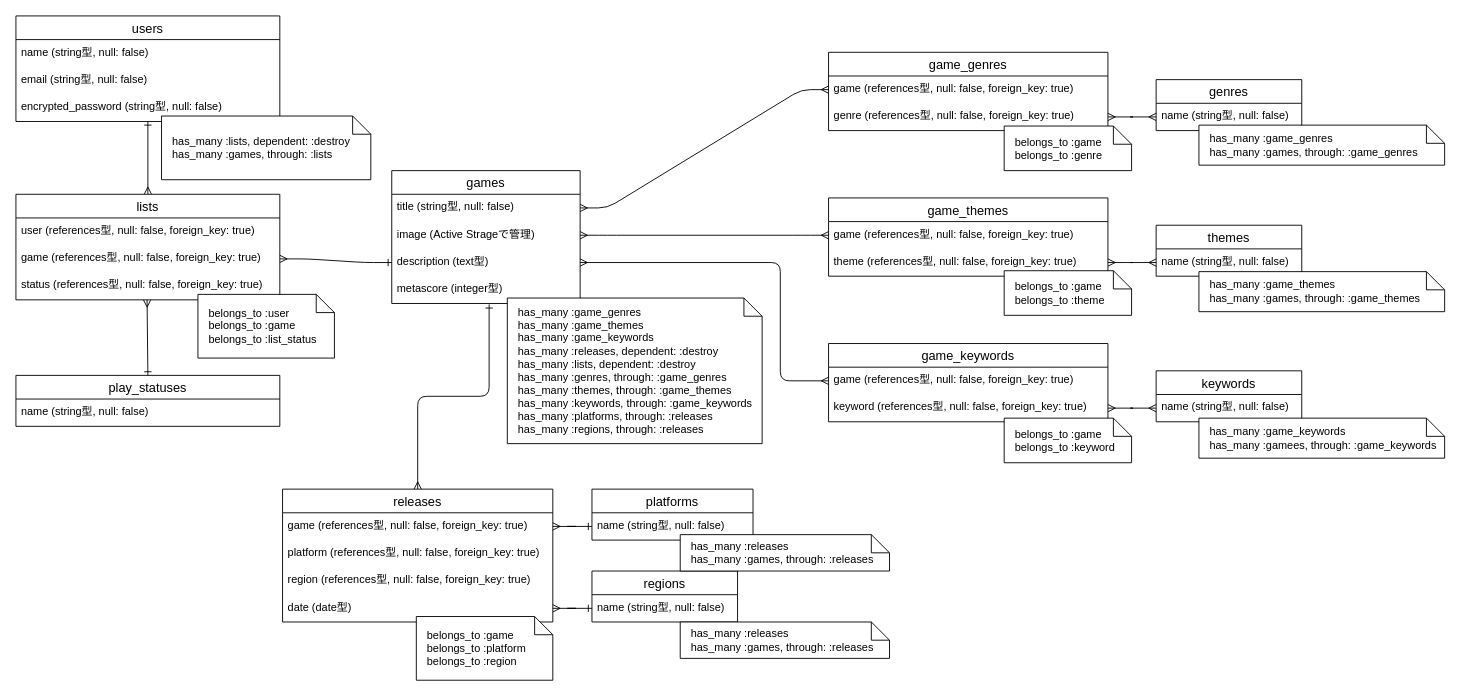
Before: erd.dio in nobmurakami/my-game-db, a draw.io diagram. Source tidied: cells renumbered, new cells numbered last; positions are measured from the earlier drawing's top-left corner, leaving out a move shared by most shapes. Both pictures are drawn from the tidied source at 91%, with x=0, y=0 at pixel (15, 15).
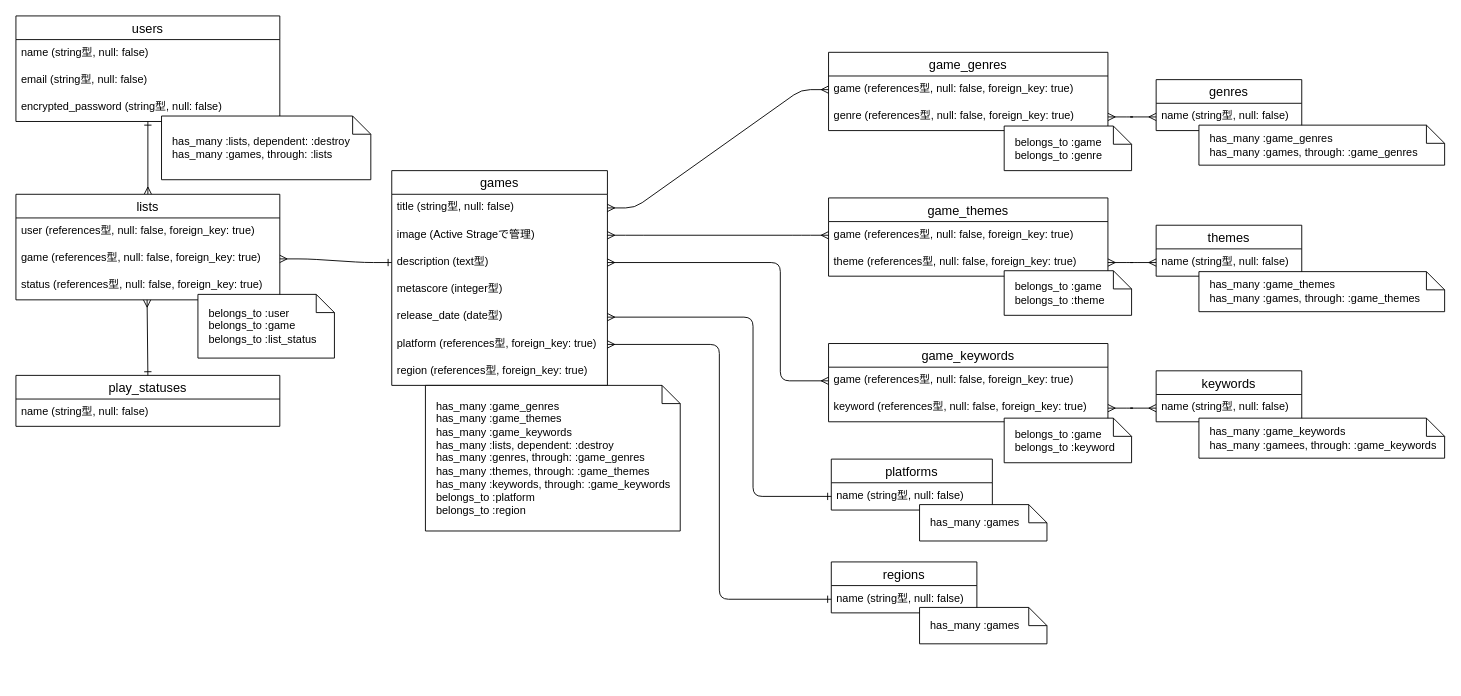
After the change.

The change refers to these unchanged cells:
```xml
<mxCell id="44" value="name (string型, null: false)" style="text;strokeColor=none;fillColor=none;spacingLeft=4;spacingRight=4;overflow=hidden;points=[[0,0.5],[1,0.5]];portConstraint=eastwest;fontSize=12;" parent="43" vertex="1">
  <mxGeometry y="26" width="177" height="30" as="geometry" />
</mxCell>
<mxCell id="46" value="name (string型, null: false)" style="text;strokeColor=none;fillColor=none;spacingLeft=4;spacingRight=4;overflow=hidden;points=[[0,0.5],[1,0.5]];portConstraint=eastwest;fontSize=12;" parent="45" vertex="1">
  <mxGeometry y="26" width="160" height="30" as="geometry" />
</mxCell>
```

What changed in the source:
```diff
@@
     <mxCell id="11" value="games" style="swimlane;fontStyle=0;horizontal=1;startSize=26;align=center;fontSize=14;" parent="1" vertex="1">
-      <mxGeometry x="413" y="170" width="207" height="146" as="geometry" />
+      <mxGeometry x="413" y="170" width="237" height="236" as="geometry" />
     </mxCell>
     <mxCell id="12" value="title (string型, null: false)" style="text;strokeColor=none;fillColor=none;spacingLeft=4;spacingRight=4;overflow=hidden;points=[[0,0.5],[1,0.5]];portConstraint=eastwest;fontSize=12;" parent="11" vertex="1">
-      <mxGeometry y="26" width="207" height="30" as="geometry" />
+      <mxGeometry y="26" width="237" height="30" as="geometry" />
     </mxCell>
     <mxCell id="13" value="image (Active Strageで管理)" style="text;strokeColor=none;fillColor=none;spacingLeft=4;spacingRight=4;overflow=hidden;points=[[0,0.5],[1,0.5]];portConstraint=eastwest;fontSize=12;" parent="11" vertex="1">
-      <mxGeometry y="56" width="207" height="30" as="geometry" />
+      <mxGeometry y="56" width="237" height="30" as="geometry" />
     </mxCell>
     <mxCell id="14" value="description (text型)" style="text;strokeColor=none;fillColor=none;spacingLeft=4;spacingRight=4;overflow=hidden;points=[[0,0.5],[1,0.5]];portConstraint=eastwest;fontSize=12;" parent="11" vertex="1">
-      <mxGeometry y="86" width="207" height="30" as="geometry" />
+      <mxGeometry y="86" width="237" height="30" as="geometry" />
     </mxCell>
     <mxCell id="15" value="metascore (integer型)" style="text;strokeColor=none;fillColor=none;spacingLeft=4;spacingRight=4;overflow=hidden;fontSize=12;" parent="11" vertex="1">
-      <mxGeometry y="116" width="207" height="30" as="geometry" />
+      <mxGeometry y="116" width="237" height="30" as="geometry" />
     </mxCell>
+    <mxCell id="65" value="release_date (date型)" style="text;strokeColor=none;fillColor=none;spacingLeft=4;spacingRight=4;overflow=hidden;points=[[0,0.5],[1,0.5]];portConstraint=eastwest;fontSize=12;" parent="11" vertex="1">
+      <mxGeometry y="146" width="237" height="30" as="geometry" />
+    </mxCell>
+    <mxCell id="66" value="platform (references型, foreign_key: true)" style="text;strokeColor=none;fillColor=none;spacingLeft=4;spacingRight=4;overflow=hidden;points=[[0,0.5],[1,0.5]];portConstraint=eastwest;fontSize=12;" parent="11" vertex="1">
+      <mxGeometry y="176" width="237" height="30" as="geometry" />
+    </mxCell>
+    <mxCell id="67" value="region (references型, foreign_key: true)" style="text;strokeColor=none;fillColor=none;spacingLeft=4;spacingRight=4;overflow=hidden;fontSize=12;" parent="11" vertex="1">
+      <mxGeometry y="206" width="237" height="30" as="geometry" />
+    </mxCell>
@@
-    <mxCell id="20" value="releases" style="swimlane;fontStyle=0;horizontal=1;startSize=26;align=center;fontSize=14;" parent="1" vertex="1">
-      <mxGeometry x="293" y="520" width="297" height="146" as="geometry" />
-    </mxCell>
-    <mxCell id="21" value="game (references型, null: false, foreign_key: true)" style="text;strokeColor=none;fillColor=none;spacingLeft=4;spacingRight=4;overflow=hidden;points=[[0,0.5],[1,0.5]];portConstraint=eastwest;fontSize=12;" parent="20" vertex="1">
-      <mxGeometry y="26" width="297" height="30" as="geometry" />
-    </mxCell>
-    <mxCell id="22" value="platform (references型, null: false, foreign_key: true)" style="text;strokeColor=none;fillColor=none;spacingLeft=4;spacingRight=4;overflow=hidden;fontSize=12;" parent="20" vertex="1">
-      <mxGeometry y="56" width="297" height="30" as="geometry" />
-    </mxCell>
-    <mxCell id="23" value="region (references型, null: false, foreign_key: true)" style="text;strokeColor=none;fillColor=none;spacingLeft=4;spacingRight=4;overflow=hidden;fontSize=12;" parent="20" vertex="1">
-      <mxGeometry y="86" width="297" height="30" as="geometry" />
-    </mxCell>
-    <mxCell id="24" value="date (date型)" style="text;strokeColor=none;fillColor=none;spacingLeft=4;spacingRight=4;overflow=hidden;points=[[0,0.5],[1,0.5]];portConstraint=eastwest;fontSize=12;" parent="20" vertex="1">
-      <mxGeometry y="116" width="297" height="30" as="geometry" />
-    </mxCell>
-    <mxCell id="25" style="fontSize=12;html=1;endArrow=ERmany;entryX=0.5;entryY=0;entryDx=0;entryDy=0;startArrow=ERone;startFill=0;edgeStyle=orthogonalEdgeStyle;" parent="1" edge="1" target="20">
-      <mxGeometry relative="1" as="geometry">
-        <mxPoint x="520" y="317" as="sourcePoint" />
-        <Array as="points">
-          <mxPoint x="520" y="418" />
-          <mxPoint x="442" y="418" />
-        </Array>
-      </mxGeometry>
-    </mxCell>
@@
     <mxCell id="43" value="platforms" style="swimlane;fontStyle=0;horizontal=1;startSize=26;align=center;fontSize=14;" parent="1" vertex="1">
-      <mxGeometry x="633" y="520" width="177" height="56" as="geometry" />
+      <mxGeometry x="896" y="487" width="177" height="56" as="geometry" />
     </mxCell>
@@
     <mxCell id="45" value="regions" style="swimlane;fontStyle=0;horizontal=1;startSize=26;align=center;fontSize=14;" parent="1" vertex="1">
-      <mxGeometry x="633" y="610" width="160" height="56" as="geometry" />
+      <mxGeometry x="896" y="600" width="160" height="56" as="geometry" />
     </mxCell>
@@
-    <mxCell id="47" style="edgeStyle=entityRelationEdgeStyle;fontSize=12;html=1;endArrow=ERone;endFill=0;exitX=1;exitY=0.5;exitDx=0;exitDy=0;entryX=0;entryY=0.5;entryDx=0;entryDy=0;startArrow=ERmany;startFill=0;" parent="1" edge="1" source="21" target="44">
-      <mxGeometry relative="1" as="geometry" />
+    <mxCell id="47" style="edgeStyle=orthogonalEdgeStyle;fontSize=12;html=1;endArrow=ERone;endFill=0;exitX=1;exitY=0.5;exitDx=0;exitDy=0;entryX=0;entryY=0.5;entryDx=0;entryDy=0;startArrow=ERmany;startFill=0;" parent="1" edge="1" source="65" target="44">
+      <mxGeometry relative="1" as="geometry">
+        <Array as="points">
+          <mxPoint x="810" y="331" />
+          <mxPoint x="810" y="528" />
+        </Array>
+      </mxGeometry>
     </mxCell>
-    <mxCell id="48" style="edgeStyle=entityRelationEdgeStyle;fontSize=12;html=1;endArrow=ERone;endFill=1;exitX=1;exitY=0.5;exitDx=0;exitDy=0;entryX=0;entryY=0.5;entryDx=0;entryDy=0;startArrow=ERmany;startFill=0;" parent="1" edge="1" source="24" target="46">
+    <mxCell id="48" style="edgeStyle=orthogonalEdgeStyle;fontSize=12;html=1;endArrow=ERone;endFill=1;exitX=1;exitY=0.5;exitDx=0;exitDy=0;entryX=0;entryY=0.5;entryDx=0;entryDy=0;startArrow=ERmany;startFill=0;" parent="1" edge="1" source="66" target="46">
       <mxGeometry relative="1" as="geometry" />
     </mxCell>
@@
-    <mxCell id="55" value="has_many :game_genres&lt;br&gt;has_many :game_themes&lt;br&gt;has_many :game_keywords&lt;br&gt;has_many :releases, dependent: :destroy&lt;br&gt;has_many :lists, dependent: :destroy&lt;br&gt;has_many :genres, through: :game_genres&lt;br&gt;has_many :themes, through: :game_themes&lt;br&gt;has_many :keywords, through: :game_keywords&lt;br&gt;has_many :platforms, through: :releases&lt;br&gt;has_many :regions, through: :releases" style="shape=note;size=20;whiteSpace=wrap;html=1;align=left;spacingLeft=10;" parent="1" vertex="1">
-      <mxGeometry x="540" y="310" width="280" height="160" as="geometry" />
+    <mxCell id="55" value="has_many :game_genres&lt;br&gt;has_many :game_themes&lt;br&gt;has_many :game_keywords&lt;br&gt;has_many :lists, dependent: :destroy&lt;br&gt;has_many :genres, through: :game_genres&lt;br&gt;has_many :themes, through: :game_themes&lt;br&gt;has_many :keywords, through: :game_keywords&lt;br&gt;belongs_to :platform&lt;br&gt;belongs_to :region" style="shape=note;size=20;whiteSpace=wrap;html=1;align=left;spacingLeft=10;" parent="1" vertex="1">
+      <mxGeometry x="450" y="406" width="280" height="160" as="geometry" />
     </mxCell>
-    <mxCell id="56" value="belongs_to :game&lt;br&gt;belongs_to :platform&lt;br&gt;belongs_to :region" style="shape=note;size=20;whiteSpace=wrap;html=1;align=left;spacingLeft=10;" parent="1" vertex="1">
-      <mxGeometry x="440" y="660" width="150" height="70" as="geometry" />
-    </mxCell>
@@
-    <mxCell id="63" value="has_many :releases&lt;br&gt;has_many :games, through: :releases" style="shape=note;size=20;whiteSpace=wrap;html=1;align=left;spacingLeft=10;" parent="1" vertex="1">
-      <mxGeometry x="730" y="570" width="230" height="40" as="geometry" />
+    <mxCell id="63" value="has_many :games" style="shape=note;size=20;whiteSpace=wrap;html=1;align=left;spacingLeft=10;" parent="1" vertex="1">
+      <mxGeometry x="993" y="537" width="140" height="40" as="geometry" />
     </mxCell>
-    <mxCell id="64" value="has_many :releases&lt;br&gt;has_many :games, through: :releases" style="shape=note;size=20;whiteSpace=wrap;html=1;align=left;spacingLeft=10;" parent="1" vertex="1">
-      <mxGeometry x="730" y="666" width="230" height="40" as="geometry" />
-    </mxCell>
+    <mxCell id="68" value="has_many :games" style="shape=note;size=20;whiteSpace=wrap;html=1;align=left;spacingLeft=10;" parent="1" vertex="1">
+      <mxGeometry x="993" y="650" width="140" height="40" as="geometry" />
+    </mxCell>
```
